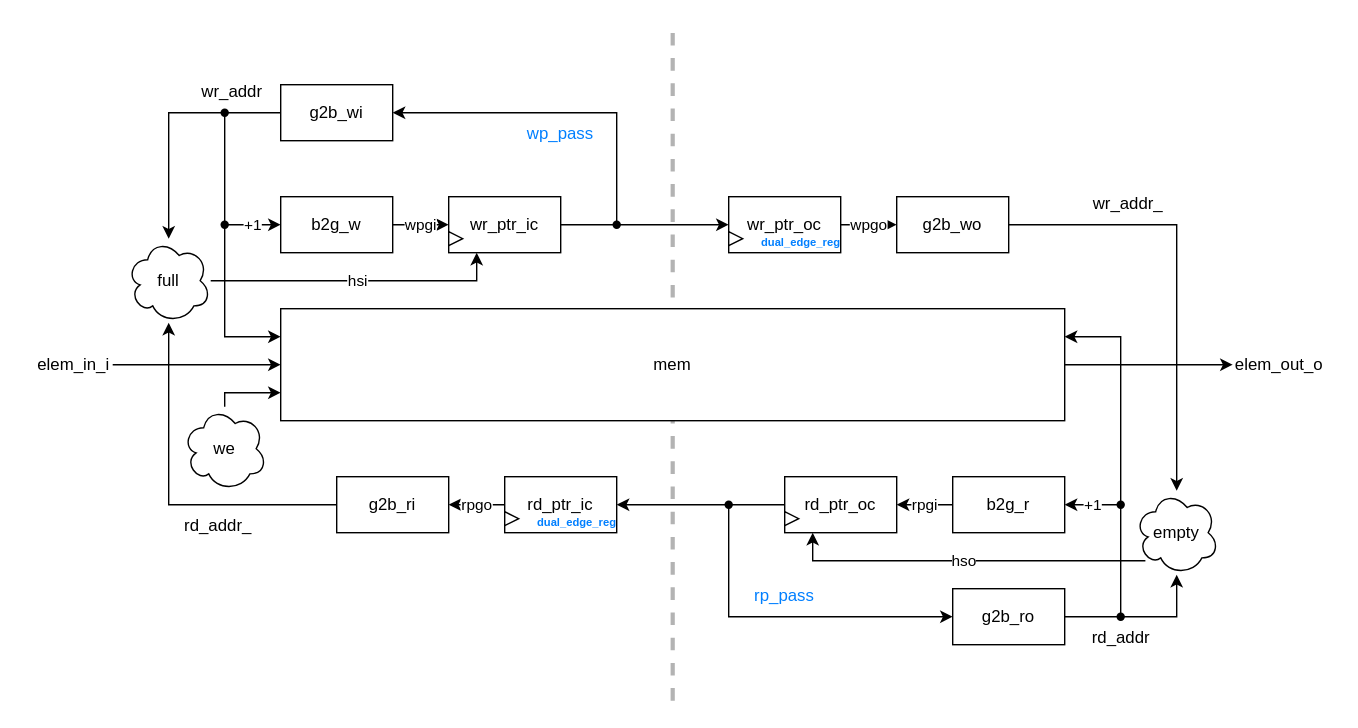
ADN-VLSI/T202604 keeps this draw.io diagram as document/cdc_fifo_des.svg. Above is the earlier version. Source tidied: cells renumbered, new cells last; positions are measured from the earlier drawing's top-left corner, leaving out a move shared by most shapes.
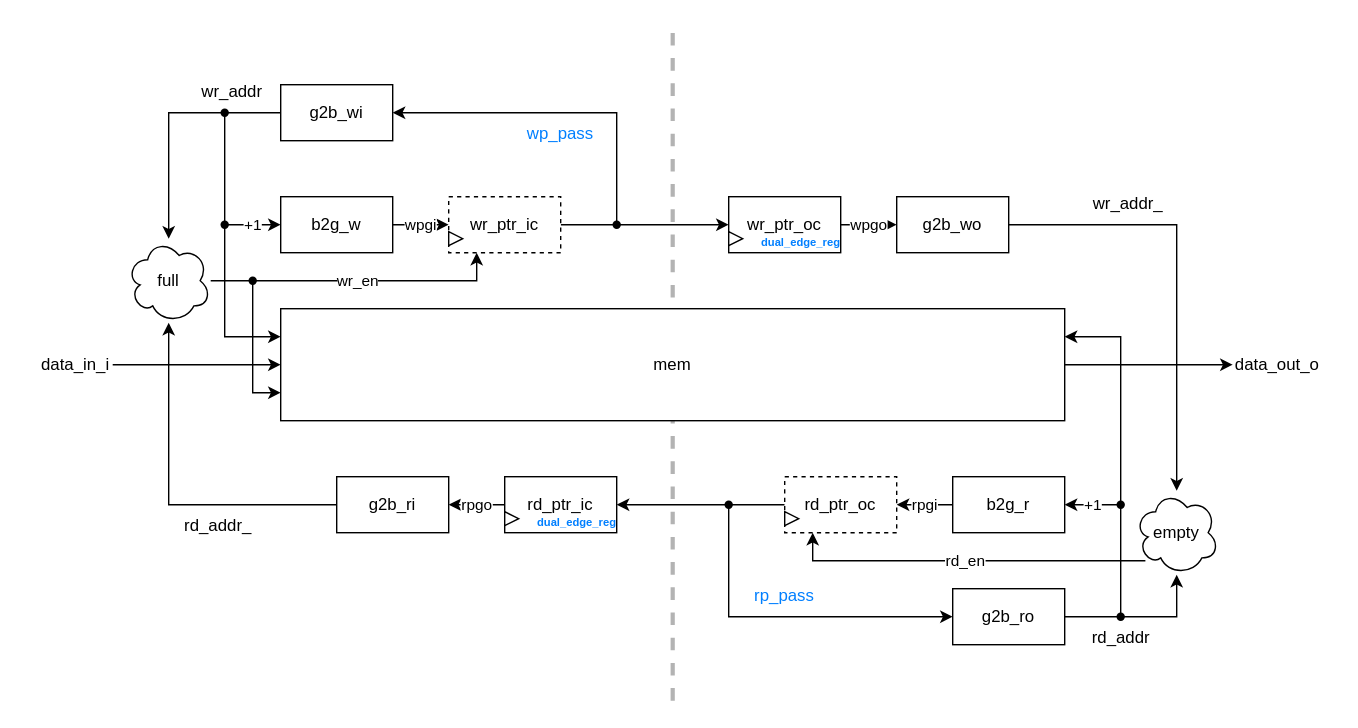
After the commit.

Diff of the diagram source:
```diff
@@ -23,7 +23,7 @@
     <mxCell id="7" value="b2g_w" style="rounded=0;whiteSpace=wrap;html=1;" parent="1" vertex="1">
       <mxGeometry x="200" y="140" width="80" height="40" as="geometry" />
     </mxCell>
-    <mxCell id="8" value="&amp;nbsp;hsi&amp;nbsp;" style="edgeStyle=orthogonalEdgeStyle;rounded=0;jettySize=auto;html=1;entryX=0.25;entryY=1;entryDx=0;entryDy=0;" parent="1" edge="1" source="9" target="28">
+    <mxCell id="8" value="&amp;nbsp;wr_en&amp;nbsp;" style="edgeStyle=orthogonalEdgeStyle;rounded=0;jettySize=auto;html=1;entryX=0.25;entryY=1;entryDx=0;entryDy=0;" parent="1" edge="1" source="9" target="28">
       <mxGeometry relative="1" as="geometry" />
     </mxCell>
     <mxCell id="9" value="full" style="ellipse;shape=cloud;whiteSpace=wrap;html=1;" parent="1" vertex="1">
@@ -34,20 +34,17 @@
         <mxPoint x="80" y="260" as="sourcePoint" />
       </mxGeometry>
     </mxCell>
-    <mxCell id="11" value="elem_in_i" style="rounded=0;whiteSpace=wrap;html=1;align=right;fillColor=none;strokeColor=none;" parent="1" vertex="1">
+    <mxCell id="11" value="data_in_i" style="rounded=0;whiteSpace=wrap;html=1;align=right;fillColor=none;strokeColor=none;" parent="1" vertex="1">
       <mxGeometry x="70" y="250" width="10" height="20" as="geometry" />
     </mxCell>
-    <mxCell id="12" style="edgeStyle=orthogonalEdgeStyle;rounded=0;jettySize=auto;html=1;entryX=0;entryY=0.75;entryDx=0;entryDy=0;" parent="1" edge="1" source="13" target="4">
+    <mxCell id="12" style="edgeStyle=orthogonalEdgeStyle;rounded=0;jettySize=auto;html=1;entryX=0;entryY=0.75;entryDx=0;entryDy=0;" parent="1" edge="1" target="4">
       <mxGeometry relative="1" as="geometry">
+        <mxPoint x="180" y="200" as="sourcePoint" />
         <Array as="points">
-          <mxPoint x="160" y="310" />
-          <mxPoint x="160" y="280" />
+          <mxPoint x="180" y="280" />
         </Array>
       </mxGeometry>
     </mxCell>
-    <mxCell id="13" value="we" style="ellipse;shape=cloud;whiteSpace=wrap;html=1;" parent="1" vertex="1">
-      <mxGeometry x="130" y="290" width="60" height="60" as="geometry" />
-    </mxCell>
     <mxCell id="14" value="&amp;nbsp;rpgi&amp;nbsp;" style="edgeStyle=orthogonalEdgeStyle;rounded=0;jettySize=auto;html=1;" parent="1" edge="1" source="15" target="35">
       <mxGeometry relative="1" as="geometry" />
     </mxCell>
@@ -62,7 +59,7 @@
         <mxPoint x="880" y="260" as="targetPoint" />
       </mxGeometry>
     </mxCell>
-    <mxCell id="18" value="elem_out_o" style="rounded=0;whiteSpace=wrap;html=1;align=left;fillColor=none;strokeColor=none;" parent="1" vertex="1">
+    <mxCell id="18" value="data_out_o" style="rounded=0;whiteSpace=wrap;html=1;align=left;fillColor=none;strokeColor=none;" parent="1" vertex="1">
       <mxGeometry x="880" y="250" width="10" height="20" as="geometry" />
     </mxCell>
     <mxCell id="19" style="edgeStyle=orthogonalEdgeStyle;rounded=0;jettySize=auto;html=1;" parent="1" edge="1" source="20" target="9">
@@ -77,7 +74,7 @@
     <mxCell id="22" value="g2b_wo" style="rounded=0;whiteSpace=wrap;html=1;" parent="1" vertex="1">
       <mxGeometry x="640" y="140" width="80" height="40" as="geometry" />
     </mxCell>
-    <mxCell id="23" value="&amp;nbsp;hso&amp;nbsp;" style="edgeStyle=orthogonalEdgeStyle;rounded=0;jettySize=auto;html=1;entryX=0.25;entryY=1;entryDx=0;entryDy=0;" parent="1" edge="1" source="24" target="35">
+    <mxCell id="23" value="&amp;nbsp;rd_en&amp;nbsp;" style="edgeStyle=orthogonalEdgeStyle;rounded=0;jettySize=auto;html=1;entryX=0.25;entryY=1;entryDx=0;entryDy=0;" parent="1" edge="1" source="24" target="35">
       <mxGeometry relative="1" as="geometry">
         <Array as="points">
           <mxPoint x="580" y="400" />
@@ -93,15 +90,6 @@
     <mxCell id="26" style="edgeStyle=orthogonalEdgeStyle;rounded=0;jettySize=auto;html=1;" parent="1" edge="1" source="35" target="42">
       <mxGeometry relative="1" as="geometry" />
     </mxCell>
-    <mxCell id="27" style="group;" parent="1" vertex="1">
-      <mxGeometry x="320" y="140" width="80" height="40" as="geometry" />
-    </mxCell>
-    <mxCell id="28" value="wr_ptr_ic" style="rounded=0;whiteSpace=wrap;html=1;" parent="27" vertex="1">
-      <mxGeometry width="80" height="40" as="geometry" />
-    </mxCell>
-    <mxCell id="29" style="triangle;whiteSpace=wrap;html=1;" parent="27" vertex="1">
-      <mxGeometry y="25" width="10" height="10" as="geometry" />
-    </mxCell>
     <mxCell id="30" style="group;" parent="1" vertex="1">
       <mxGeometry x="520" y="140" width="80" height="40" as="geometry" />
     </mxCell>
@@ -114,15 +102,6 @@
     <mxCell id="33" value="dual_edge_reg&amp;nbsp;" style="whiteSpace=wrap;html=1;strokeColor=none;fillColor=none;fontColor=#007FFF;fontSize=8;fontStyle=1;spacing=0;align=right;" parent="30" vertex="1">
       <mxGeometry y="28" width="80" height="10" as="geometry" />
     </mxCell>
-    <mxCell id="34" style="group;" parent="1" vertex="1">
-      <mxGeometry x="560" y="340" width="80" height="40" as="geometry" />
-    </mxCell>
-    <mxCell id="35" value="rd_ptr_oc" style="rounded=0;whiteSpace=wrap;html=1;" parent="34" vertex="1">
-      <mxGeometry width="80" height="40" as="geometry" />
-    </mxCell>
-    <mxCell id="36" style="triangle;whiteSpace=wrap;html=1;" parent="34" vertex="1">
-      <mxGeometry y="25" width="10" height="10" as="geometry" />
-    </mxCell>
     <mxCell id="37" style="edgeStyle=orthogonalEdgeStyle;rounded=0;jettySize=auto;html=1;" parent="1" edge="1" source="38" target="9">
       <mxGeometry relative="1" as="geometry" />
     </mxCell>
@@ -221,5 +200,20 @@
     <mxCell id="62" value="dual_edge_reg&amp;nbsp;" style="whiteSpace=wrap;html=1;strokeColor=none;fillColor=none;fontColor=#007FFF;fontSize=8;fontStyle=1;spacing=0;align=right;" parent="1" vertex="1">
       <mxGeometry x="360" y="368" width="80" height="10" as="geometry" />
     </mxCell>
+    <mxCell id="63" style="shape=waypoint;sketch=0;size=6;fillColor=none;perimeter=centerPerimeter;" parent="1" vertex="1">
+      <mxGeometry x="170" y="190" width="20" height="20" as="geometry" />
+    </mxCell>
+    <mxCell id="28" value="wr_ptr_ic" style="rounded=0;whiteSpace=wrap;html=1;dashed=1;" parent="1" vertex="1">
+      <mxGeometry x="320" y="140" width="80" height="40" as="geometry" />
+    </mxCell>
+    <mxCell id="29" style="triangle;whiteSpace=wrap;html=1;" parent="1" vertex="1">
+      <mxGeometry x="320" y="165" width="10" height="10" as="geometry" />
+    </mxCell>
+    <mxCell id="35" value="rd_ptr_oc" style="rounded=0;whiteSpace=wrap;html=1;dashed=1;" parent="1" vertex="1">
+      <mxGeometry x="560" y="340" width="80" height="40" as="geometry" />
+    </mxCell>
+    <mxCell id="36" style="triangle;whiteSpace=wrap;html=1;" parent="1" vertex="1">
+      <mxGeometry x="560" y="365" width="10" height="10" as="geometry" />
+    </mxCell>
   </root>
 </mxGraphModel>
```
